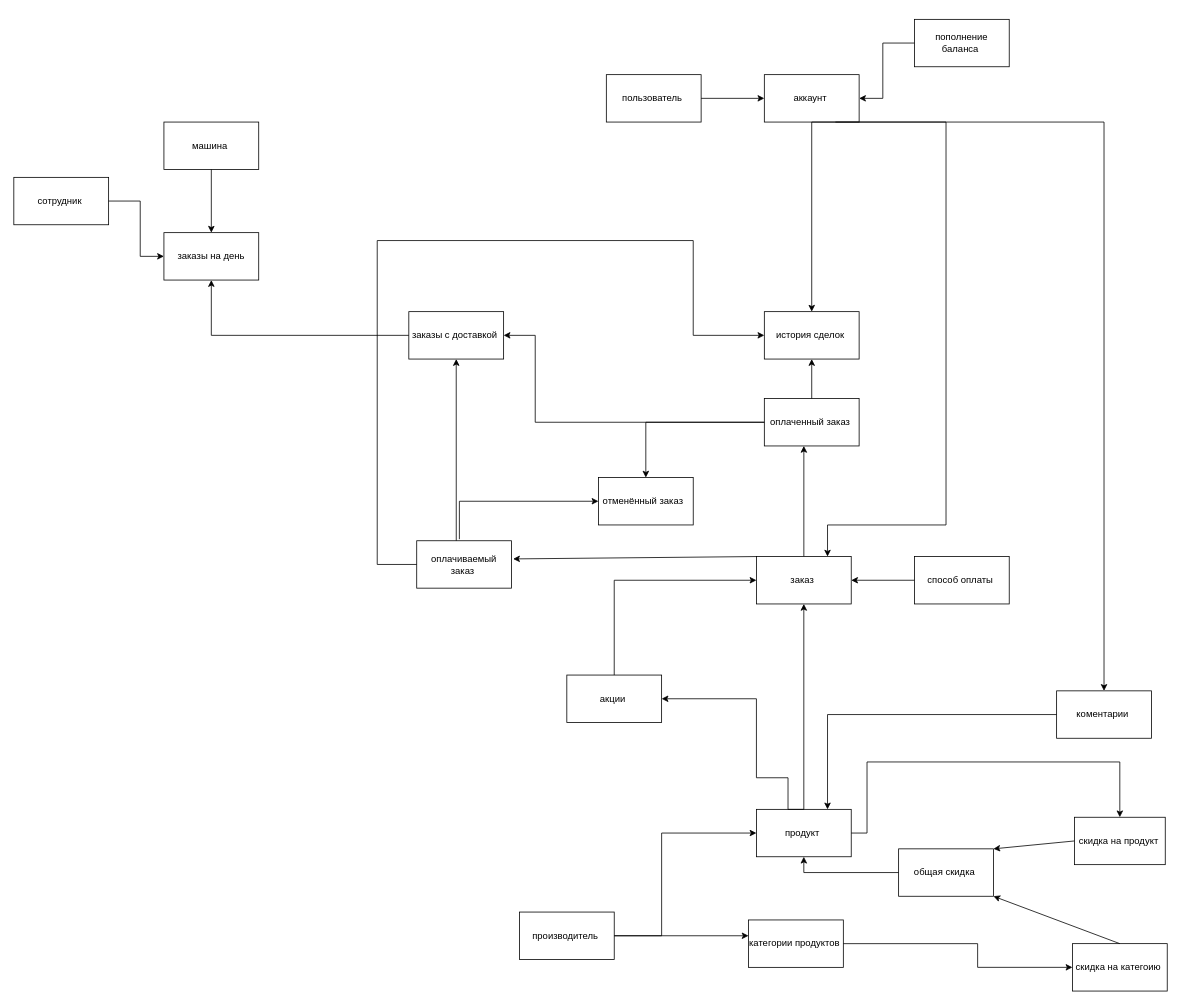
Earlier version of the draw.io diagram page "Страница 1" (1 of 2) of django_rest1/DB.drawio (alexkhub/website2). Source tidied: cells renumbered, new cells numbered last; positions are measured from the earlier drawing's top-left corner, leaving out a move shared by most shapes. Both pictures are drawn from the tidied source at 79%, with x=0, y=0 at pixel (13, 19).
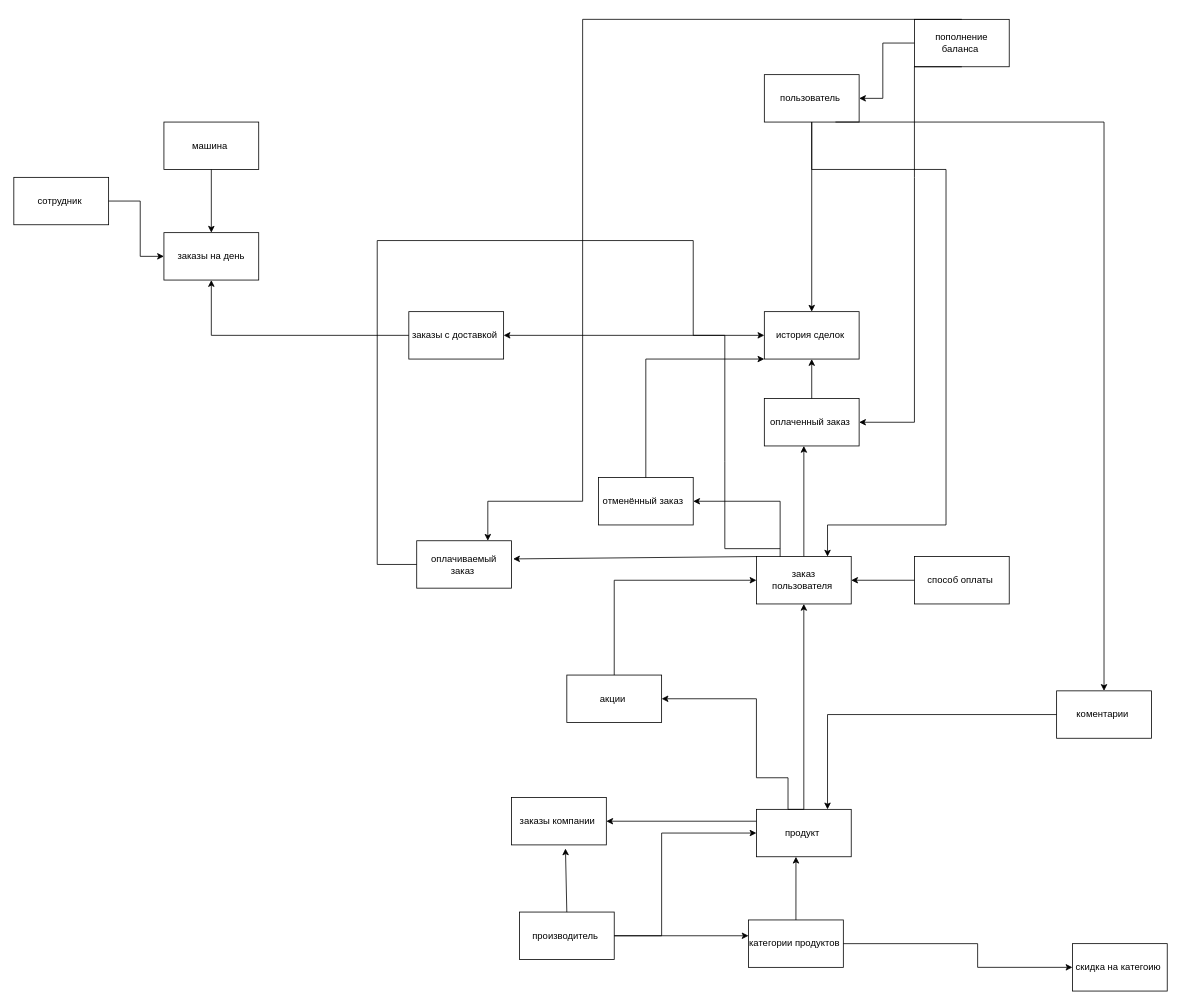
The same page after the edit.

The change refers to these unchanged cells:
```xml
<mxCell id="5" value="пополнение баланса&amp;nbsp;" style="rounded=0;whiteSpace=wrap;html=1;" parent="1" vertex="1">
  <mxGeometry x="1140" width="120" height="60" as="geometry" />
</mxCell>
<mxCell id="11" value="история сделок&amp;nbsp;" style="rounded=0;whiteSpace=wrap;html=1;" parent="1" vertex="1">
  <mxGeometry x="950" y="370" width="120" height="60" as="geometry" />
</mxCell>
<mxCell id="12" value="оплаченный заказ&amp;nbsp;" style="rounded=0;whiteSpace=wrap;html=1;" parent="1" vertex="1">
  <mxGeometry x="950" y="480" width="120" height="60" as="geometry" />
</mxCell>
<mxCell id="13" value="оплачиваемый заказ&amp;nbsp;" style="rounded=0;whiteSpace=wrap;html=1;" parent="1" vertex="1">
  <mxGeometry x="510" y="660" width="120" height="60" as="geometry" />
</mxCell>
<mxCell id="14" value="отменённый заказ&amp;nbsp;&amp;nbsp;" style="rounded=0;whiteSpace=wrap;html=1;" parent="1" vertex="1">
  <mxGeometry x="740" y="580" width="120" height="60" as="geometry" />
</mxCell>
<mxCell id="17" value="продукт&amp;nbsp;" style="rounded=0;whiteSpace=wrap;html=1;" parent="1" vertex="1">
  <mxGeometry x="940" y="1000" width="120" height="60" as="geometry" />
</mxCell>
<mxCell id="19" value="скидка на категоию&amp;nbsp;" style="rounded=0;whiteSpace=wrap;html=1;" parent="1" vertex="1">
  <mxGeometry x="1340" y="1170" width="120" height="60" as="geometry" />
</mxCell>
<mxCell id="23" value="категории продуктов&amp;nbsp;" style="rounded=0;whiteSpace=wrap;html=1;" parent="1" vertex="1">
  <mxGeometry x="930" y="1140" width="120" height="60" as="geometry" />
</mxCell>
<mxCell id="24" value="производитель&amp;nbsp;" style="rounded=0;whiteSpace=wrap;html=1;" parent="1" vertex="1">
  <mxGeometry x="640" y="1130" width="120" height="60" as="geometry" />
</mxCell>
<mxCell id="39" value="заказы с доставкой&amp;nbsp;" style="rounded=0;whiteSpace=wrap;html=1;" parent="1" vertex="1">
  <mxGeometry x="500" y="370" width="120" height="60" as="geometry" />
</mxCell>
```

Diff of the diagram source:
```diff
@@
-    <mxCell id="2" value="пользователь&amp;nbsp;" style="rounded=0;whiteSpace=wrap;html=1;" parent="1" vertex="1">
-      <mxGeometry x="750" y="70" width="120" height="60" as="geometry" />
-    </mxCell>
-    <mxCell id="3" value="аккаунт&amp;nbsp;" style="rounded=0;whiteSpace=wrap;html=1;" parent="1" vertex="1">
+    <mxCell id="3" value="пользователь&amp;nbsp;" style="rounded=0;whiteSpace=wrap;html=1;" parent="1" vertex="1">
       <mxGeometry x="950" y="70" width="120" height="60" as="geometry" />
     </mxCell>
-    <mxCell id="4" style="endArrow=classic;html=1;rounded=0;exitX=1;exitY=0.5;exitDx=0;exitDy=0;entryX=0;entryY=0.5;entryDx=0;entryDy=0;" parent="1" edge="1" source="2" target="3">
-      <mxGeometry relative="1" as="geometry" />
-    </mxCell>
@@
-    <mxCell id="16" value="заказ&amp;nbsp;" style="rounded=0;whiteSpace=wrap;html=1;" parent="1" vertex="1">
+    <mxCell id="16" value="&amp;nbsp;заказ&amp;nbsp; пользователя&amp;nbsp;" style="rounded=0;whiteSpace=wrap;html=1;" parent="1" vertex="1">
       <mxGeometry x="940" y="680" width="120" height="60" as="geometry" />
     </mxCell>
@@
-    <mxCell id="18" value="скидка на продукт&amp;nbsp;" style="rounded=0;whiteSpace=wrap;html=1;" parent="1" vertex="1">
-      <mxGeometry x="1342.5" y="1010" width="115" height="60" as="geometry" />
-    </mxCell>
@@
-    <mxCell id="27" value="общая скидка&amp;nbsp;" style="rounded=0;whiteSpace=wrap;html=1;" parent="1" vertex="1">
-      <mxGeometry x="1120" y="1050" width="120" height="60" as="geometry" />
-    </mxCell>
-    <mxCell id="28" style="endArrow=classic;html=1;rounded=0;exitX=0.5;exitY=0;exitDx=0;exitDy=0;entryX=1;entryY=1;entryDx=0;entryDy=0;" parent="1" edge="1" source="19" target="27">
-      <mxGeometry relative="1" as="geometry" />
-    </mxCell>
@@
-    <mxCell id="30" style="endArrow=classic;html=1;rounded=0;exitX=0;exitY=0.5;exitDx=0;exitDy=0;entryX=1;entryY=0;entryDx=0;entryDy=0;" parent="1" edge="1" source="18" target="27">
-      <mxGeometry relative="1" as="geometry" />
-    </mxCell>
-    <mxCell id="31" style="endArrow=classic;html=1;rounded=0;exitX=1;exitY=0.5;exitDx=0;exitDy=0;entryX=0.5;entryY=0;entryDx=0;entryDy=0;" parent="1" edge="1" source="17" target="18">
-      <mxGeometry relative="1" as="geometry">
-        <Array as="points">
-          <mxPoint x="1080" y="1030" />
-          <mxPoint x="1080" y="940" />
-          <mxPoint x="1400" y="940" />
-        </Array>
-      </mxGeometry>
-    </mxCell>
@@
-    <mxCell id="37" style="endArrow=classic;html=1;rounded=0;exitX=0.45;exitY=-0.033;exitDx=0;exitDy=0;exitPerimeter=0;entryX=0;entryY=0.5;entryDx=0;entryDy=0;" parent="1" edge="1" source="13" target="14">
-      <mxGeometry relative="1" as="geometry">
-        <Array as="points">
-          <mxPoint x="564" y="610" />
-        </Array>
-      </mxGeometry>
-    </mxCell>
-    <mxCell id="38" style="endArrow=classic;html=1;rounded=0;exitX=0;exitY=0.5;exitDx=0;exitDy=0;entryX=0.5;entryY=0;entryDx=0;entryDy=0;" parent="1" edge="1" source="12" target="14">
-      <mxGeometry relative="1" as="geometry">
-        <Array as="points">
-          <mxPoint x="800" y="510" />
-        </Array>
-      </mxGeometry>
-    </mxCell>
@@
-    <mxCell id="41" style="endArrow=classic;html=1;rounded=0;exitX=0.417;exitY=0;exitDx=0;exitDy=0;exitPerimeter=0;" parent="1" edge="1" source="13" target="39">
-      <mxGeometry relative="1" as="geometry" />
-    </mxCell>
-    <mxCell id="42" style="endArrow=classic;html=1;rounded=0;exitX=0;exitY=0.5;exitDx=0;exitDy=0;entryX=1;entryY=0.5;entryDx=0;entryDy=0;" parent="1" edge="1" source="12" target="39">
-      <mxGeometry relative="1" as="geometry">
-        <Array as="points">
-          <mxPoint x="660" y="510" />
-          <mxPoint x="660" y="400" />
-        </Array>
-      </mxGeometry>
-    </mxCell>
@@
-    <mxCell id="46" style="endArrow=classic;html=1;rounded=0;exitX=0;exitY=0.5;exitDx=0;exitDy=0;entryX=0.5;entryY=1;entryDx=0;entryDy=0;" parent="1" edge="1" source="27" target="17">
-      <mxGeometry relative="1" as="geometry">
-        <Array as="points">
-          <mxPoint x="1000" y="1080" />
-        </Array>
-      </mxGeometry>
-    </mxCell>
@@
     <mxCell id="50" style="endArrow=classic;html=1;rounded=0;exitX=0.5;exitY=1;exitDx=0;exitDy=0;entryX=0.75;entryY=0;entryDx=0;entryDy=0;" parent="1" edge="1" source="3" target="16">
       <mxGeometry relative="1" as="geometry">
         <Array as="points">
-          <mxPoint x="1180" y="130" />
+          <mxPoint x="1010" y="190" />
+          <mxPoint x="1180" y="190" />
           <mxPoint x="1180" y="640" />
           <mxPoint x="1030" y="640" />
         </Array>
       </mxGeometry>
     </mxCell>
+    <mxCell id="51" style="endArrow=classic;html=1;rounded=0;exitX=0.25;exitY=0;exitDx=0;exitDy=0;entryX=1;entryY=0.5;entryDx=0;entryDy=0;" parent="1" edge="1" source="16" target="14">
+      <mxGeometry relative="1" as="geometry">
+        <Array as="points">
+          <mxPoint x="970" y="610" />
+        </Array>
+      </mxGeometry>
+    </mxCell>
+    <mxCell id="52" style="endArrow=classic;html=1;rounded=0;exitX=0.5;exitY=0;exitDx=0;exitDy=0;entryX=0;entryY=1;entryDx=0;entryDy=0;" parent="1" edge="1" source="14" target="11">
+      <mxGeometry relative="1" as="geometry">
+        <Array as="points">
+          <mxPoint x="800" y="430" />
+        </Array>
+      </mxGeometry>
+    </mxCell>
+    <mxCell id="53" style="endArrow=classic;html=1;rounded=0;exitX=0.5;exitY=0;exitDx=0;exitDy=0;entryX=0.417;entryY=1;entryDx=0;entryDy=0;entryPerimeter=0;" parent="1" edge="1" source="23" target="17">
+      <mxGeometry relative="1" as="geometry" />
+    </mxCell>
+    <mxCell id="54" style="endArrow=classic;html=1;rounded=0;exitX=0.5;exitY=1;exitDx=0;exitDy=0;entryX=1;entryY=0.5;entryDx=0;entryDy=0;" parent="1" edge="1" source="5" target="12">
+      <mxGeometry relative="1" as="geometry">
+        <Array as="points">
+          <mxPoint x="1140" y="60" />
+          <mxPoint x="1140" y="200" />
+          <mxPoint x="1140" y="510" />
+        </Array>
+      </mxGeometry>
+    </mxCell>
+    <mxCell id="55" style="endArrow=classic;html=1;rounded=0;exitX=0.5;exitY=0;exitDx=0;exitDy=0;entryX=0.75;entryY=0;entryDx=0;entryDy=0;" parent="1" edge="1" source="5" target="13">
+      <mxGeometry relative="1" as="geometry">
+        <Array as="points">
+          <mxPoint x="720" />
+          <mxPoint x="720" y="610" />
+          <mxPoint x="600" y="610" />
+        </Array>
+      </mxGeometry>
+    </mxCell>
+    <mxCell id="56" style="endArrow=classic;html=1;rounded=0;exitX=0;exitY=0.25;exitDx=0;exitDy=0;" parent="1" edge="1" source="17" target="57">
+      <mxGeometry relative="1" as="geometry" />
+    </mxCell>
+    <mxCell id="57" value="заказы компании&amp;nbsp;" style="rounded=0;whiteSpace=wrap;html=1;" parent="1" vertex="1">
+      <mxGeometry x="630" y="985" width="120" height="60" as="geometry" />
+    </mxCell>
+    <mxCell id="58" style="endArrow=classic;html=1;rounded=0;exitX=0.5;exitY=0;exitDx=0;exitDy=0;entryX=0.569;entryY=1.076;entryDx=0;entryDy=0;entryPerimeter=0;" parent="1" edge="1" source="24" target="57">
+      <mxGeometry relative="1" as="geometry" />
+    </mxCell>
+    <mxCell id="59" style="endArrow=classic;html=1;rounded=0;entryX=1;entryY=0.5;entryDx=0;entryDy=0;" parent="1" edge="1" target="39">
+      <mxGeometry relative="1" as="geometry">
+        <mxPoint x="970" y="670" as="sourcePoint" />
+        <Array as="points">
+          <mxPoint x="900" y="670" />
+          <mxPoint x="900" y="560" />
+          <mxPoint x="900" y="400" />
+        </Array>
+      </mxGeometry>
+    </mxCell>
```
